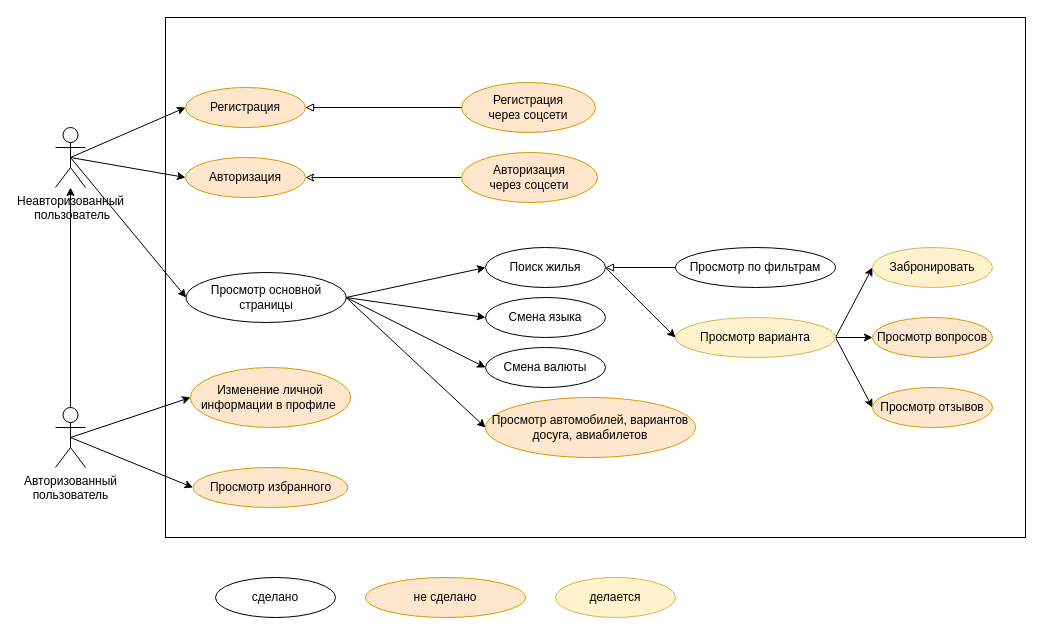
This is uml.drawio from david-d25/testing-labwork3, a draw.io file, before an edit. Source tidied: cells renumbered, new cells numbered last; positions are measured from the earlier drawing's top-left corner, leaving out a move shared by most shapes. Both pictures are drawn from the tidied source at 100%, with x=0, y=0 at pixel (55, 17).
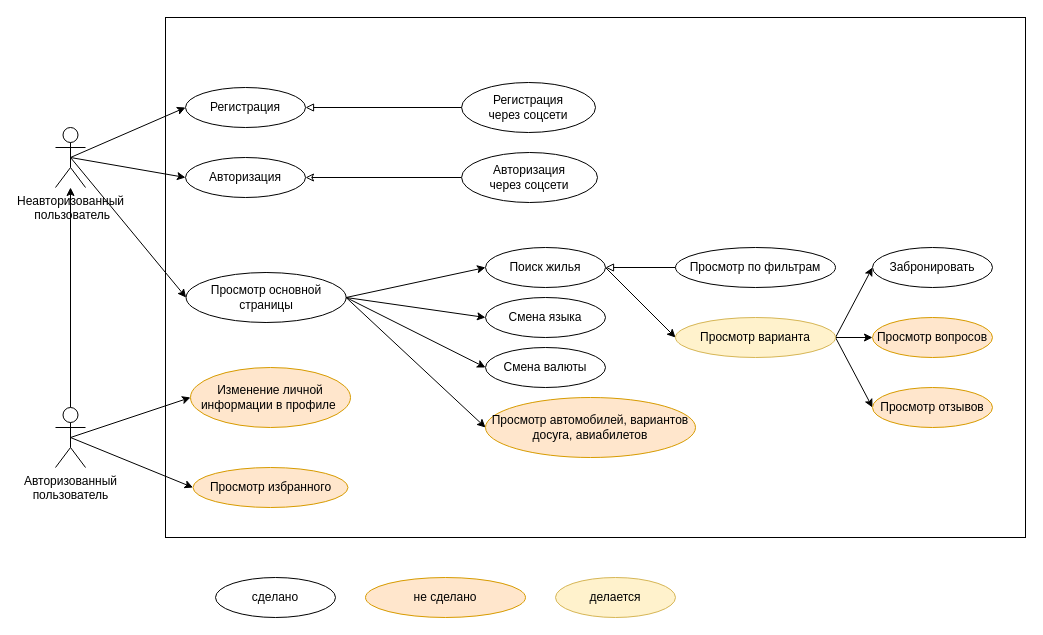
After the change.

Change to the diagram source:
```diff
@@
-    <mxCell id="11" value="Регистрация" style="ellipse;whiteSpace=wrap;html=1;fillColor=#ffe6cc;strokeColor=#d79b00;" parent="1" vertex="1">
+    <mxCell id="11" value="Регистрация" style="ellipse;whiteSpace=wrap;html=1;" parent="1" vertex="1">
       <mxGeometry x="130" y="70" width="120" height="40" as="geometry" />
     </mxCell>
-    <mxCell id="12" value="Регистрация&lt;br&gt;через соцсети" style="ellipse;whiteSpace=wrap;html=1;fillColor=#ffe6cc;strokeColor=#d79b00;" parent="1" vertex="1">
+    <mxCell id="12" value="Регистрация&lt;br&gt;через соцсети" style="ellipse;whiteSpace=wrap;html=1;" parent="1" vertex="1">
       <mxGeometry x="406.1" y="65" width="133.9" height="50" as="geometry" />
     </mxCell>
@@
-    <mxCell id="14" value="Авторизация" style="ellipse;whiteSpace=wrap;html=1;fillColor=#ffe6cc;strokeColor=#d79b00;" parent="1" vertex="1">
+    <mxCell id="14" value="Авторизация" style="ellipse;whiteSpace=wrap;html=1;" parent="1" vertex="1">
       <mxGeometry x="130" y="140" width="120" height="40" as="geometry" />
     </mxCell>
@@
-    <mxCell id="27" value="Авторизация&lt;br&gt;через соцсети" style="ellipse;whiteSpace=wrap;html=1;fillColor=#ffe6cc;strokeColor=#d79b00;" parent="1" vertex="1">
+    <mxCell id="27" value="Авторизация&lt;br&gt;через соцсети" style="ellipse;whiteSpace=wrap;html=1;" parent="1" vertex="1">
       <mxGeometry x="406.1" y="135" width="135.9" height="50" as="geometry" />
     </mxCell>
@@
-    <mxCell id="35" value="Забронировать" style="ellipse;whiteSpace=wrap;html=1;fillColor=#fff2cc;strokeColor=#d6b656;" parent="1" vertex="1">
+    <mxCell id="35" value="Забронировать" style="ellipse;whiteSpace=wrap;html=1;" parent="1" vertex="1">
       <mxGeometry x="817" y="230" width="120" height="40" as="geometry" />
     </mxCell>
```
